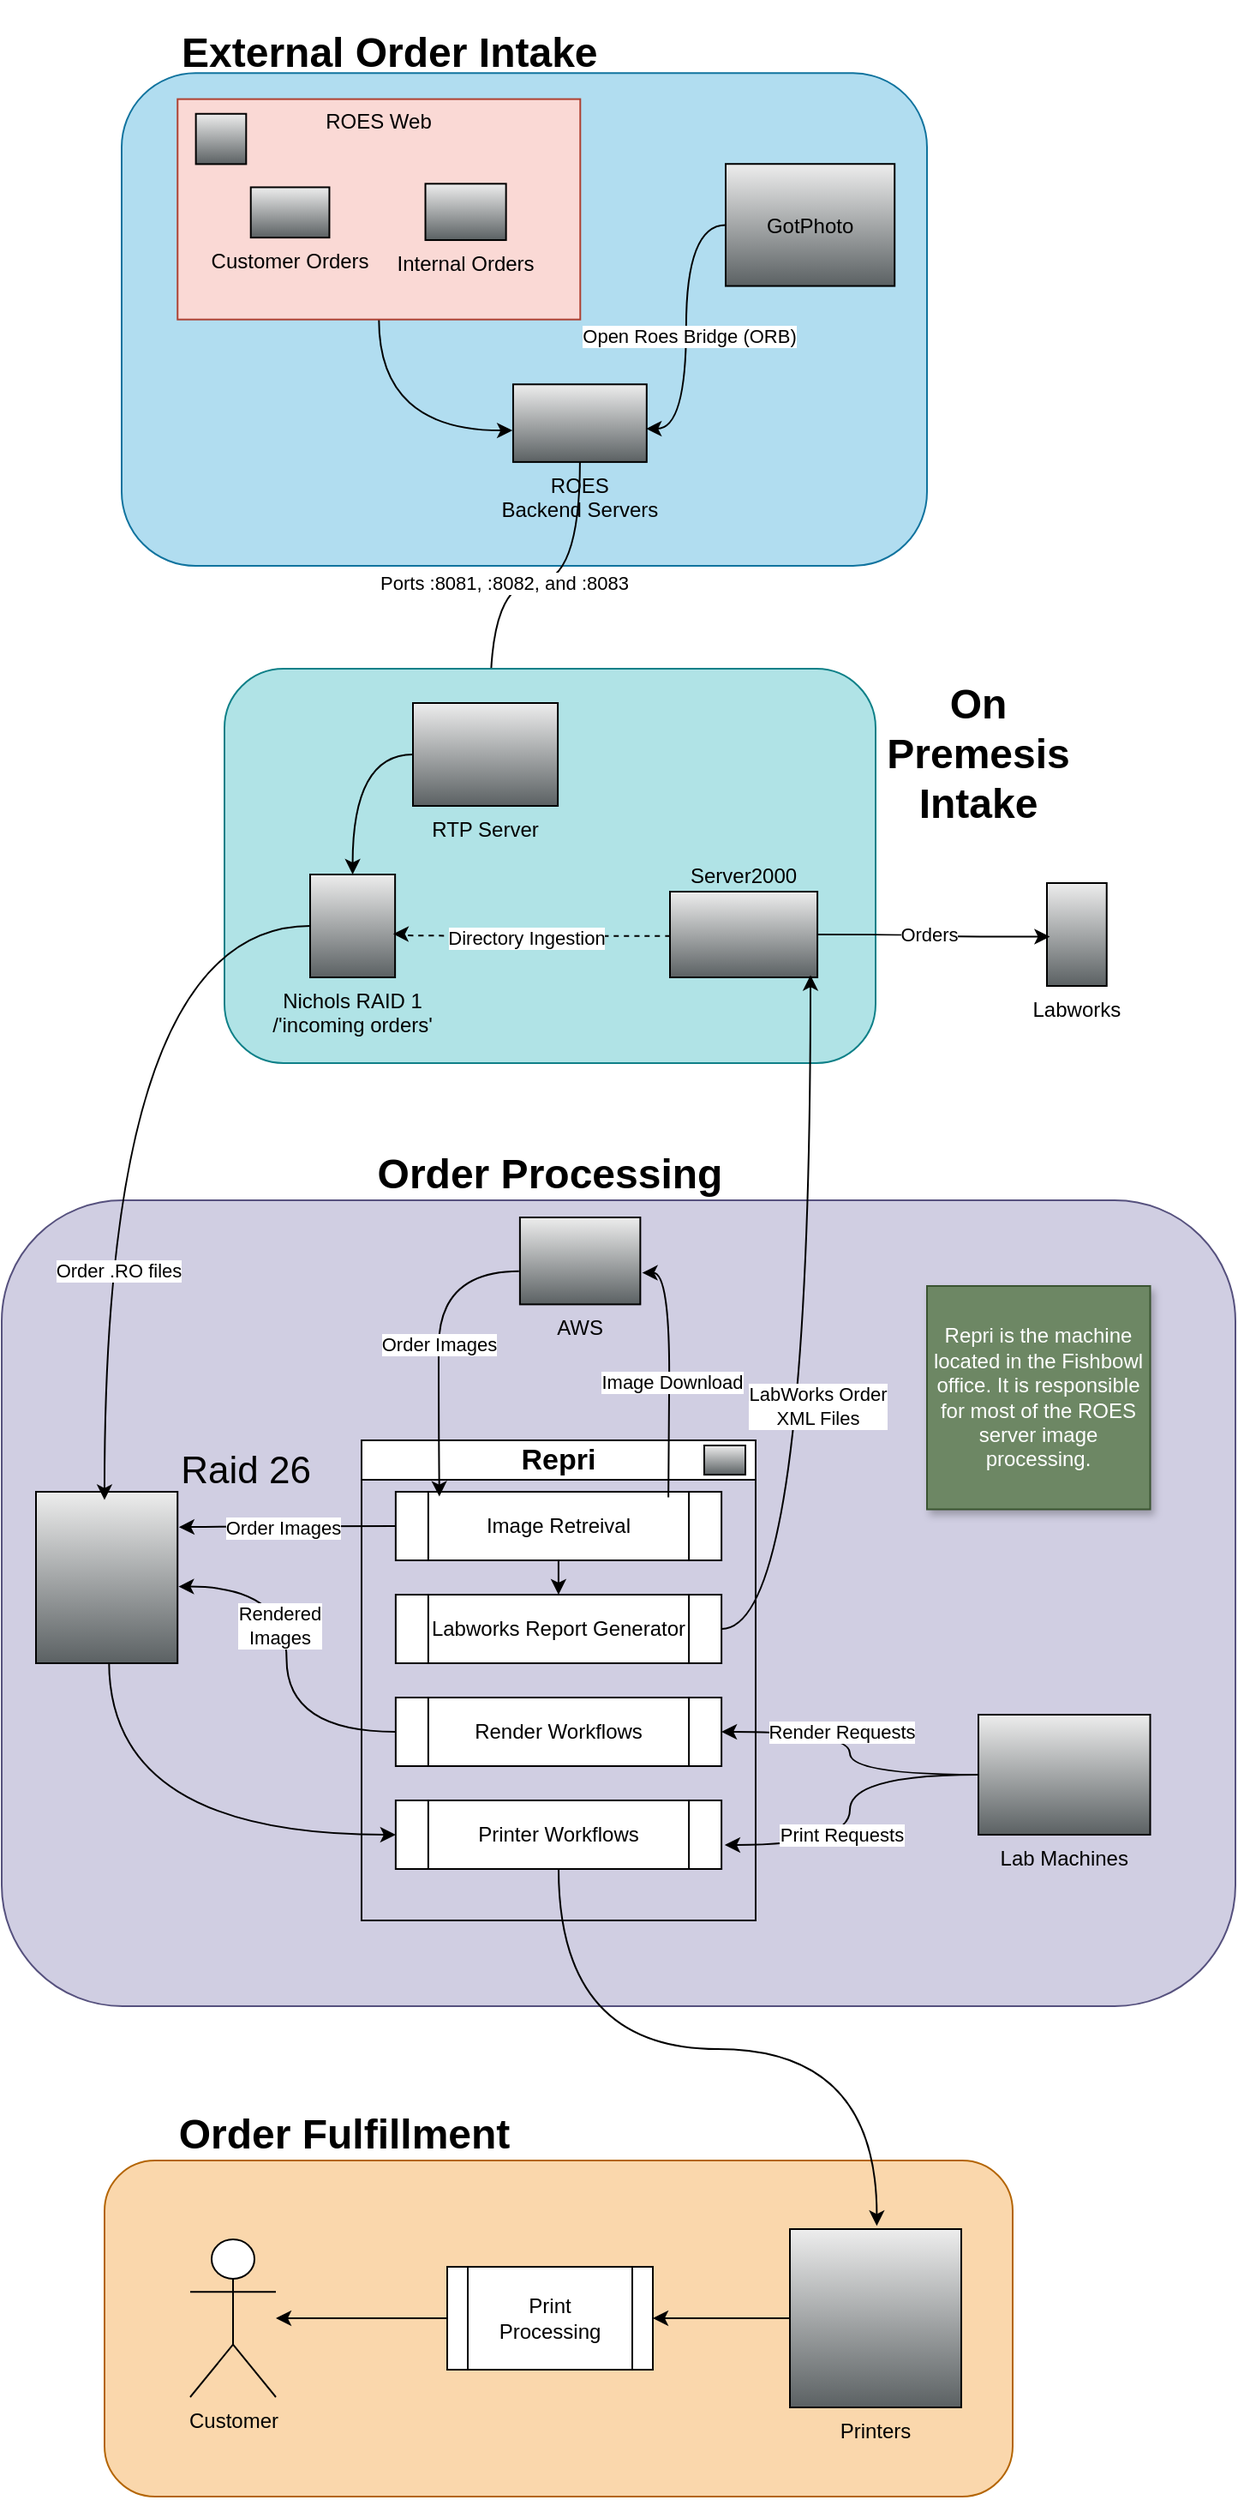
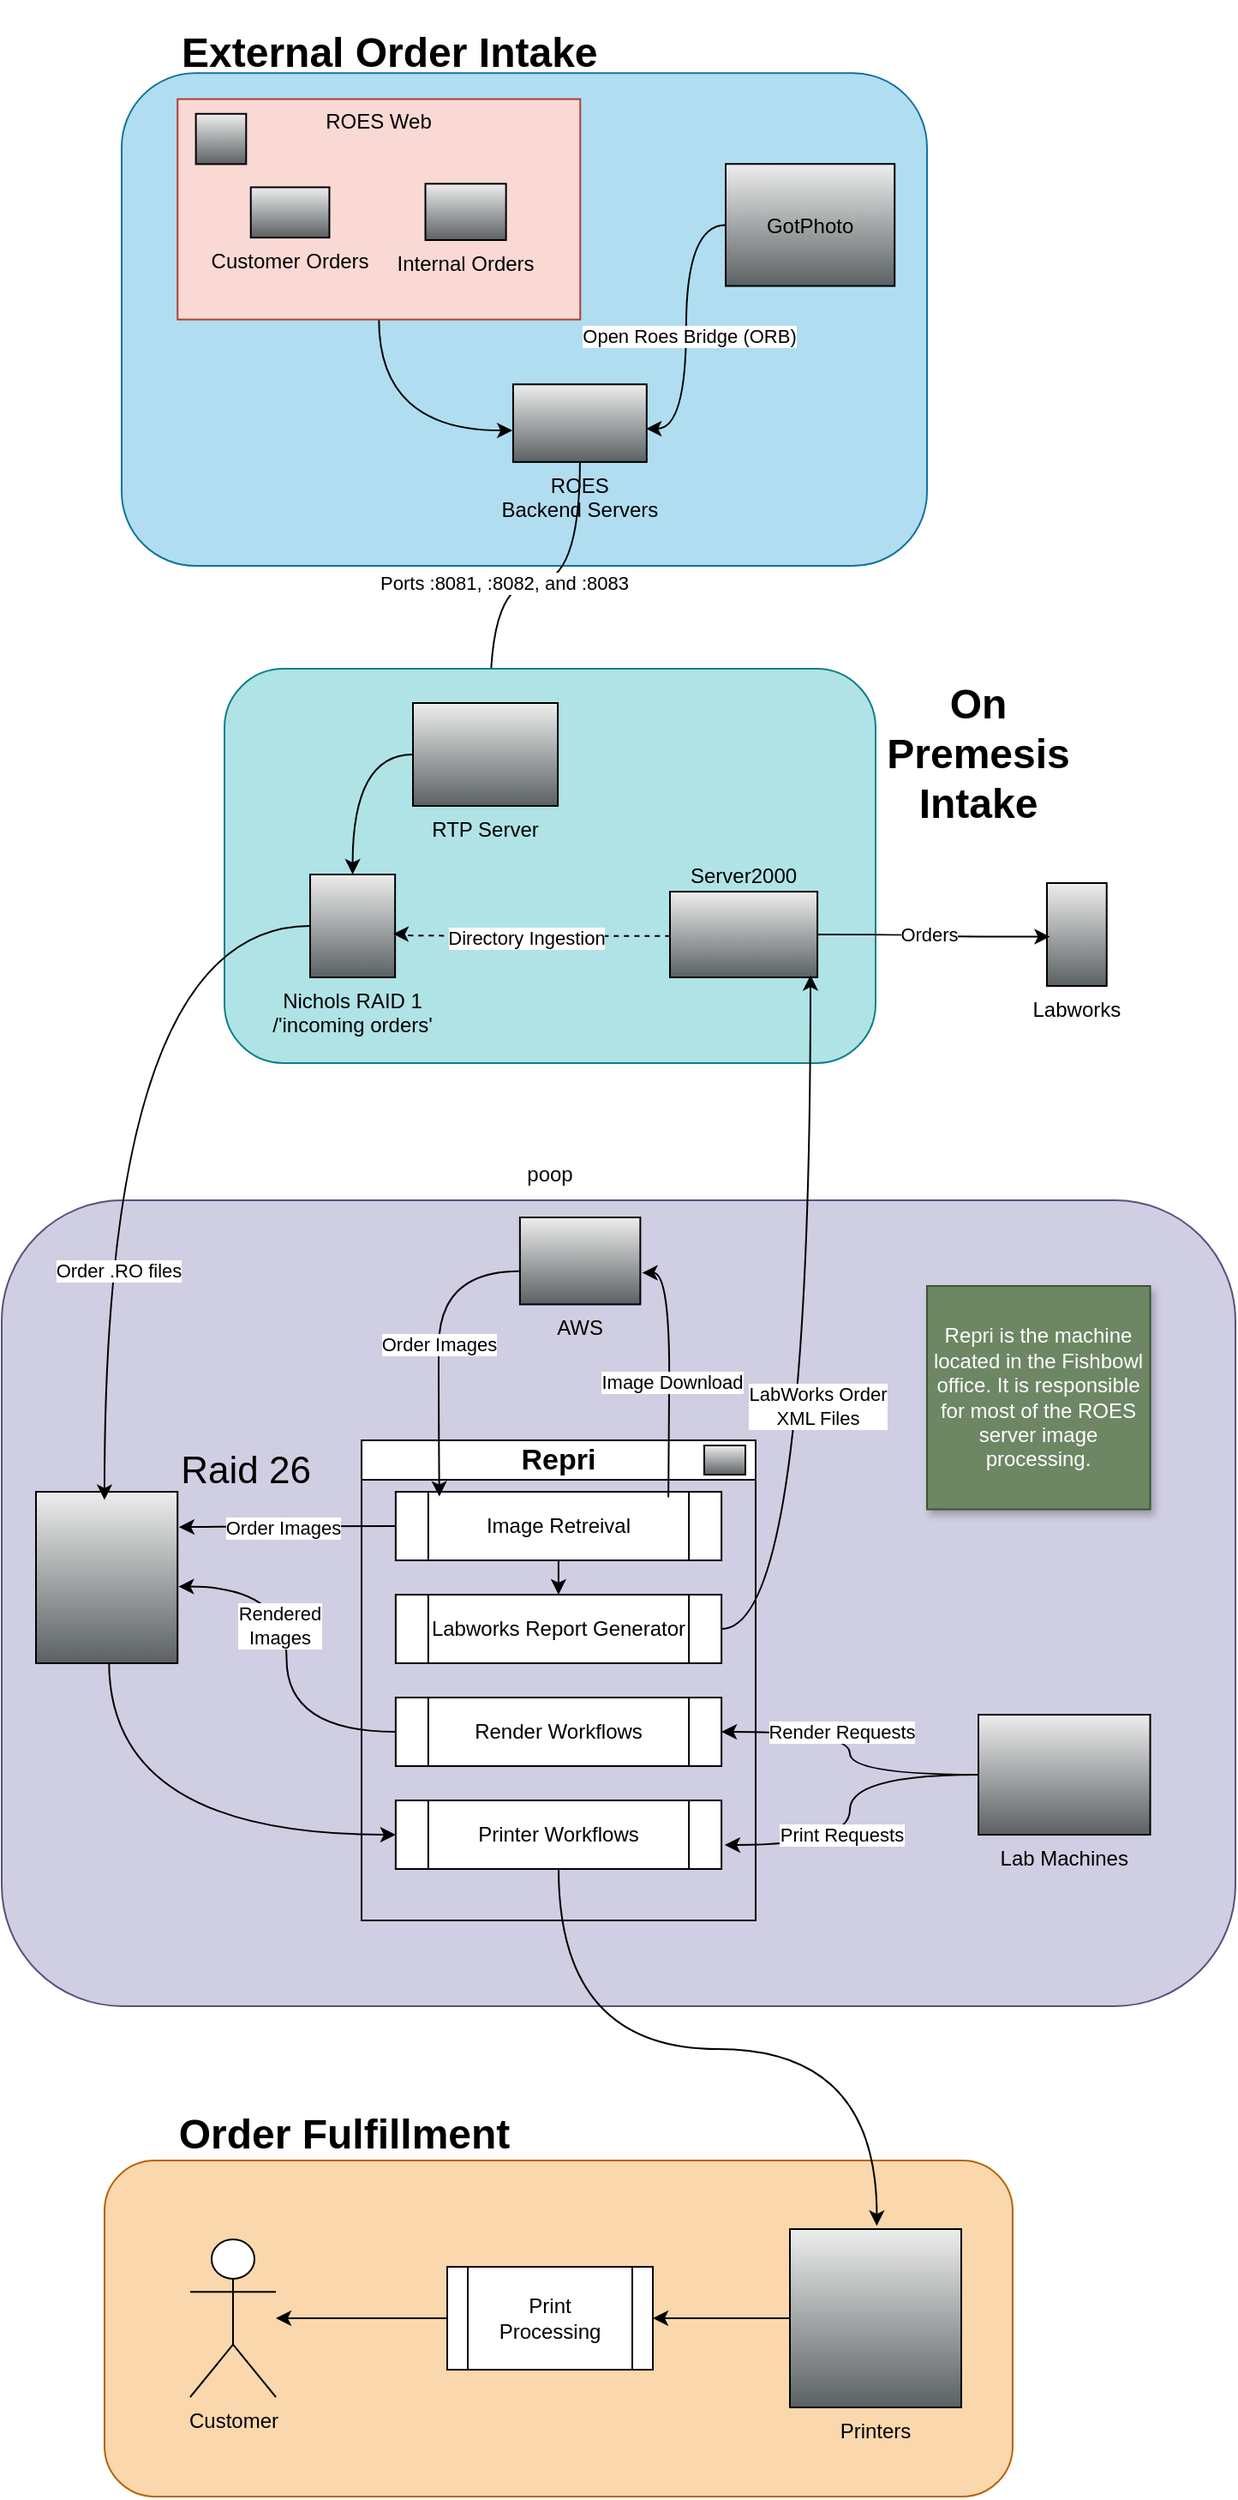
<mxfile host="app.diagrams.net">
  <diagram name="External Order Intake" id="xOiFyvTx0ugd0xP541Ys">
-     <mxGraphModel dx="1607" dy="938" grid="1" gridSize="10" guides="1" tooltips="1" connect="1" arrows="1" fold="1" page="1" pageScale="1" pageWidth="850" pageHeight="1100" math="0" shadow="0">
+     <mxGraphModel dx="2732" dy="1594" grid="1" gridSize="10" guides="1" tooltips="1" connect="1" arrows="1" fold="1" page="1" pageScale="1" pageWidth="850" pageHeight="1100" math="0" shadow="0">
      <root>
        <mxCell id="0" />
        <mxCell id="1" parent="0" />
        <mxCell id="Abbv7D0ucnFepgTgGXwM-46" connectable="0" parent="1" style="group" value="" vertex="1">
          <mxGeometry height="310" width="470" x="160" y="40" as="geometry" />
        </mxCell>
        <mxCell id="Abbv7D0ucnFepgTgGXwM-2" parent="Abbv7D0ucnFepgTgGXwM-46" style="rounded=1;whiteSpace=wrap;html=1;fillColor=#b1ddf0;strokeColor=#10739e;" value="" vertex="1">
          <mxGeometry height="287.3170731707317" width="470.00000000000006" y="22.682926829268293" as="geometry" />
        </mxCell>
        <mxCell id="uFVznFZ-sdEEhWdo_pJ7-23" parent="Abbv7D0ucnFepgTgGXwM-46" style="shape=mxgraph.networks2.icon;aspect=fixed;fillColor=#EDEDED;strokeColor=#000000;gradientColor=#5B6163;network2IconShadow=1;network2bgFillColor=none;labelPosition=center;verticalLabelPosition=middle;align=center;verticalAlign=middle;network2Icon=mxgraph.networks2.cloud;network2IconYOffset=-0.08;network2IconW=1.0004;network2IconH=0.7222;" value="GotPhoto" vertex="1">
          <mxGeometry height="71.18410700236036" width="98.6029307631786" x="352.5" y="75.60975609756099" as="geometry" />
        </mxCell>
        <mxCell id="uFVznFZ-sdEEhWdo_pJ7-26" parent="Abbv7D0ucnFepgTgGXwM-46" style="fillColorStyles=neutralFill;neutralFill=#9DA6A8;shape=mxgraph.networks2.icon;aspect=fixed;fillColor=#EDEDED;strokeColor=#000000;gradientColor=#5B6163;network2IconShadow=1;network2bgFillColor=none;labelPosition=center;verticalLabelPosition=bottom;align=center;verticalAlign=top;network2Icon=mxgraph.networks2.server;network2IconW=1.0001;network2IconH=0.5812;" value="ROES&#xa;Backend Servers" vertex="1">
          <mxGeometry height="45.29897718332022" width="77.94659716758459" x="228.46569444444447" y="204.14634146341464" as="geometry" />
        </mxCell>
        <mxCell id="uFVznFZ-sdEEhWdo_pJ7-27" edge="1" parent="Abbv7D0ucnFepgTgGXwM-46" source="uFVznFZ-sdEEhWdo_pJ7-12" style="edgeStyle=orthogonalEdgeStyle;curved=1;rounded=0;orthogonalLoop=1;jettySize=auto;html=1;exitX=0.5;exitY=1;exitDx=0;exitDy=0;entryX=-0.005;entryY=0.594;entryDx=0;entryDy=0;entryPerimeter=0;" target="uFVznFZ-sdEEhWdo_pJ7-26">
          <mxGeometry relative="1" as="geometry" />
        </mxCell>
        <mxCell id="uFVznFZ-sdEEhWdo_pJ7-28" edge="1" parent="Abbv7D0ucnFepgTgGXwM-46" source="uFVznFZ-sdEEhWdo_pJ7-23" style="edgeStyle=orthogonalEdgeStyle;curved=1;rounded=0;orthogonalLoop=1;jettySize=auto;html=1;entryX=0.996;entryY=0.571;entryDx=0;entryDy=0;entryPerimeter=0;" target="uFVznFZ-sdEEhWdo_pJ7-26">
          <mxGeometry relative="1" as="geometry" />
        </mxCell>
        <mxCell id="Abbv7D0ucnFepgTgGXwM-47" connectable="0" parent="uFVznFZ-sdEEhWdo_pJ7-28" style="edgeLabel;html=1;align=center;verticalAlign=middle;resizable=0;points=[];" value="Open Roes Bridge (ORB)" vertex="1">
          <mxGeometry relative="1" x="0.0605" y="1" as="geometry">
            <mxPoint as="offset" />
          </mxGeometry>
        </mxCell>
        <mxCell id="Abbv7D0ucnFepgTgGXwM-3" parent="Abbv7D0ucnFepgTgGXwM-46" style="text;html=1;whiteSpace=wrap;strokeColor=none;fillColor=none;align=left;verticalAlign=middle;rounded=0;" value="&lt;h1&gt;External Order Intake&lt;/h1&gt;" vertex="1">
          <mxGeometry height="22.68" width="407.36" x="32.64" as="geometry" />
        </mxCell>
        <mxCell id="Abbv7D0ucnFepgTgGXwM-45" connectable="0" parent="Abbv7D0ucnFepgTgGXwM-46" style="group;" value="" vertex="1">
          <mxGeometry height="128.53658536585368" width="235.00000000000003" x="32.63888888888889" y="37.804878048780495" as="geometry" />
        </mxCell>
        <mxCell id="uFVznFZ-sdEEhWdo_pJ7-12" parent="Abbv7D0ucnFepgTgGXwM-45" style="rounded=0;whiteSpace=wrap;html=1;fillColor=#fad9d5;strokeColor=#ae4132;" value="" vertex="1">
          <mxGeometry height="128.53658536585368" width="235.00000000000003" as="geometry" />
        </mxCell>
        <mxCell id="uFVznFZ-sdEEhWdo_pJ7-13" parent="Abbv7D0ucnFepgTgGXwM-45" style="shape=mxgraph.networks2.icon;aspect=fixed;fillColor=#EDEDED;strokeColor=#000000;gradientColor=#5B6163;network2IconShadow=1;network2bgFillColor=none;labelPosition=center;verticalLabelPosition=bottom;align=center;verticalAlign=top;network2Icon=mxgraph.networks2.globe;network2IconW=1;network2IconH=1;" value="" vertex="1">
          <mxGeometry height="29.33648046157881" width="29.33648046157881" x="10.681818181818182" y="8.56910569105691" as="geometry" />
        </mxCell>
        <mxCell id="uFVznFZ-sdEEhWdo_pJ7-14" parent="Abbv7D0ucnFepgTgGXwM-45" style="shape=mxgraph.networks2.icon;aspect=fixed;fillColor=#EDEDED;strokeColor=#000000;gradientColor=#5B6163;network2IconShadow=1;network2bgFillColor=none;labelPosition=center;verticalLabelPosition=bottom;align=center;verticalAlign=top;network2Icon=mxgraph.networks2.users;network2IconXOffset=0.0019;network2IconYOffset=-0.0004;network2IconW=1.0353;network2IconH=0.6623;" value="Customer Orders" vertex="1">
          <mxGeometry height="29.33648046157881" width="45.86025308156307" x="42.72727272727273" y="51.41463414634146" as="geometry" />
        </mxCell>
        <mxCell id="uFVznFZ-sdEEhWdo_pJ7-15" parent="Abbv7D0ucnFepgTgGXwM-45" style="shape=mxgraph.networks2.icon;aspect=fixed;fillColor=#EDEDED;strokeColor=#000000;gradientColor=#5B6163;network2IconShadow=1;network2bgFillColor=none;labelPosition=center;verticalLabelPosition=bottom;align=center;verticalAlign=top;network2Icon=mxgraph.networks2.lan;network2IconYOffset=0.0558;network2IconW=1.0834;network2IconH=0.7564;" value="Internal Orders" vertex="1">
          <mxGeometry height="32.85685811696826" width="47.0630487804878" x="144.61949300699303" y="49.35804878048783" as="geometry" />
        </mxCell>
        <mxCell id="uFVznFZ-sdEEhWdo_pJ7-25" parent="Abbv7D0ucnFepgTgGXwM-45" style="text;html=1;whiteSpace=wrap;strokeColor=none;fillColor=none;align=center;verticalAlign=middle;rounded=0;" value="ROES Web" vertex="1">
          <mxGeometry height="25.70731707317073" width="72.3076923076923" x="81.34615384615385" as="geometry" />
        </mxCell>
        <mxCell id="Abbv7D0ucnFepgTgGXwM-59" edge="1" parent="1" source="uFVznFZ-sdEEhWdo_pJ7-26" style="edgeStyle=orthogonalEdgeStyle;curved=1;rounded=0;orthogonalLoop=1;jettySize=auto;html=1;entryX=0.535;entryY=0.039;entryDx=0;entryDy=0;entryPerimeter=0;" target="Abbv7D0ucnFepgTgGXwM-48">
          <mxGeometry relative="1" as="geometry" />
        </mxCell>
        <mxCell id="Abbv7D0ucnFepgTgGXwM-60" connectable="0" parent="Abbv7D0ucnFepgTgGXwM-59" style="edgeLabel;html=1;align=center;verticalAlign=middle;resizable=0;points=[];" value="Ports :8081, :8082, and :8083" vertex="1">
          <mxGeometry relative="1" x="0.1735" as="geometry">
            <mxPoint as="offset" />
          </mxGeometry>
        </mxCell>
        <mxCell id="Abbv7D0ucnFepgTgGXwM-63" connectable="0" parent="1" style="group;labelPosition=center;verticalLabelPosition=bottom;align=center;verticalAlign=top;" value=" " vertex="1">
          <mxGeometry height="230" width="514.8699999999999" x="220" y="410" as="geometry" />
        </mxCell>
        <mxCell id="Abbv7D0ucnFepgTgGXwM-58" parent="Abbv7D0ucnFepgTgGXwM-63" style="rounded=1;whiteSpace=wrap;html=1;fillColor=#b0e3e6;strokeColor=#0e8088;" value=" " vertex="1">
          <mxGeometry height="230" width="380" as="geometry" />
        </mxCell>
        <mxCell id="Abbv7D0ucnFepgTgGXwM-61" edge="1" parent="Abbv7D0ucnFepgTgGXwM-63" source="Abbv7D0ucnFepgTgGXwM-48" style="edgeStyle=orthogonalEdgeStyle;curved=1;rounded=0;orthogonalLoop=1;jettySize=auto;html=1;" target="Abbv7D0ucnFepgTgGXwM-49">
          <mxGeometry relative="1" as="geometry" />
        </mxCell>
        <mxCell id="Abbv7D0ucnFepgTgGXwM-48" parent="Abbv7D0ucnFepgTgGXwM-63" style="shape=mxgraph.networks2.icon;aspect=fixed;fillColor=#EDEDED;strokeColor=#000000;gradientColor=#5B6163;network2IconShadow=1;network2bgFillColor=none;labelPosition=center;verticalLabelPosition=bottom;align=center;verticalAlign=top;network2Icon=mxgraph.networks2.pc;network2IconYOffset=-0.0593;network2IconW=0.9999;network2IconH=0.7096;" value="RTP Server" vertex="1">
          <mxGeometry height="60" width="84.55" x="110" y="20" as="geometry" />
        </mxCell>
        <mxCell id="Abbv7D0ucnFepgTgGXwM-49" parent="Abbv7D0ucnFepgTgGXwM-63" style="shape=mxgraph.networks2.icon;aspect=fixed;fillColor=#EDEDED;strokeColor=#000000;gradientColor=#5B6163;network2IconShadow=1;network2bgFillColor=none;labelPosition=center;verticalLabelPosition=bottom;align=center;verticalAlign=top;network2Icon=mxgraph.networks2.data_storage;network2IconW=0.8252;network2IconH=0.9989;" value="Nichols RAID 1&#xa;/&#39;incoming orders&#39;" vertex="1">
          <mxGeometry height="60" width="49.57" x="50" y="120" as="geometry" />
        </mxCell>
        <mxCell id="Abbv7D0ucnFepgTgGXwM-50" parent="Abbv7D0ucnFepgTgGXwM-63" style="fillColorStyles=neutralFill;neutralFill=#9DA6A8;shape=mxgraph.networks2.icon;aspect=fixed;fillColor=#EDEDED;strokeColor=#000000;gradientColor=#5B6163;network2IconShadow=1;network2bgFillColor=none;labelPosition=center;verticalLabelPosition=top;align=center;verticalAlign=bottom;network2Icon=mxgraph.networks2.server;network2IconW=1.0001;network2IconH=0.5812;" value="Server2000" vertex="1">
          <mxGeometry height="50" width="86.04" x="260" y="130" as="geometry" />
        </mxCell>
        <mxCell id="Abbv7D0ucnFepgTgGXwM-53" edge="1" parent="Abbv7D0ucnFepgTgGXwM-63" source="Abbv7D0ucnFepgTgGXwM-50" style="edgeStyle=orthogonalEdgeStyle;curved=1;rounded=0;orthogonalLoop=1;jettySize=auto;html=1;entryX=0.968;entryY=0.578;entryDx=0;entryDy=0;entryPerimeter=0;startArrow=none;startFill=0;dashed=1;exitX=0.003;exitY=0.518;exitDx=0;exitDy=0;exitPerimeter=0;" value=" ">
          <mxGeometry relative="1" as="geometry">
            <Array as="points">
              <mxPoint x="100" y="156" />
              <mxPoint x="100" y="155" />
            </Array>
            <mxPoint x="259.9998" y="157.5" as="sourcePoint" />
            <mxPoint x="98.41376000000008" y="154.68000000000006" as="targetPoint" />
          </mxGeometry>
        </mxCell>
        <mxCell id="Abbv7D0ucnFepgTgGXwM-57" connectable="0" parent="Abbv7D0ucnFepgTgGXwM-53" style="edgeLabel;html=1;align=center;verticalAlign=middle;resizable=0;points=[];" value="Directory Ingestion" vertex="1">
          <mxGeometry relative="1" x="0.0378" y="1" as="geometry">
            <mxPoint as="offset" />
          </mxGeometry>
        </mxCell>
        <mxCell id="Abbv7D0ucnFepgTgGXwM-62" parent="Abbv7D0ucnFepgTgGXwM-63" style="text;html=1;whiteSpace=wrap;strokeColor=none;fillColor=none;align=center;verticalAlign=middle;rounded=0;" value="&lt;h1&gt;On Premesis Intake&lt;/h1&gt;" vertex="1">
          <mxGeometry height="80" width="120" x="380" y="10" as="geometry" />
        </mxCell>
        <mxCell id="Abbv7D0ucnFepgTgGXwM-96" parent="Abbv7D0ucnFepgTgGXwM-63" style="shape=mxgraph.networks2.icon;aspect=fixed;fillColor=#EDEDED;strokeColor=#000000;gradientColor=#5B6163;network2IconShadow=1;network2bgFillColor=none;labelPosition=center;verticalLabelPosition=bottom;align=center;verticalAlign=top;network2Icon=mxgraph.networks2.application;network2IconXOffset=0.0048;network2IconYOffset=-0.0000;network2IconW=0.5927;network2IconH=1.02;" value="Labworks" vertex="1">
          <mxGeometry height="60" width="34.87" x="479.9999999999999" y="125" as="geometry" />
        </mxCell>
        <mxCell id="Abbv7D0ucnFepgTgGXwM-114" edge="1" parent="Abbv7D0ucnFepgTgGXwM-63" source="Abbv7D0ucnFepgTgGXwM-50" style="edgeStyle=orthogonalEdgeStyle;curved=1;rounded=0;orthogonalLoop=1;jettySize=auto;html=1;entryX=0.049;entryY=0.521;entryDx=0;entryDy=0;entryPerimeter=0;" target="Abbv7D0ucnFepgTgGXwM-96">
          <mxGeometry relative="1" as="geometry" />
        </mxCell>
        <mxCell id="Abbv7D0ucnFepgTgGXwM-115" connectable="0" parent="Abbv7D0ucnFepgTgGXwM-114" style="edgeLabel;html=1;align=center;verticalAlign=middle;resizable=0;points=[];" value="Orders" vertex="1">
          <mxGeometry relative="1" x="-0.2199" y="-7" as="geometry">
            <mxPoint x="11" y="-7" as="offset" />
          </mxGeometry>
        </mxCell>
        <mxCell id="Abbv7D0ucnFepgTgGXwM-144" connectable="0" parent="1" style="group" value="" vertex="1">
          <mxGeometry height="500" width="720" x="90" y="690" as="geometry" />
        </mxCell>
        <mxCell id="Abbv7D0ucnFepgTgGXwM-132" parent="Abbv7D0ucnFepgTgGXwM-144" style="rounded=1;whiteSpace=wrap;html=1;fillColor=#d0cee2;strokeColor=#56517e;" value=" " vertex="1">
          <mxGeometry height="470" width="720" y="30" as="geometry" />
        </mxCell>
        <mxCell id="Abbv7D0ucnFepgTgGXwM-123" edge="1" parent="Abbv7D0ucnFepgTgGXwM-144" source="Abbv7D0ucnFepgTgGXwM-55" style="edgeStyle=orthogonalEdgeStyle;curved=1;rounded=0;orthogonalLoop=1;jettySize=auto;html=1;entryX=0;entryY=0.5;entryDx=0;entryDy=0;exitX=0.516;exitY=0.991;exitDx=0;exitDy=0;exitPerimeter=0;" target="Abbv7D0ucnFepgTgGXwM-87">
          <mxGeometry relative="1" as="geometry" />
        </mxCell>
        <mxCell id="Abbv7D0ucnFepgTgGXwM-124" connectable="0" parent="Abbv7D0ucnFepgTgGXwM-123" style="edgeLabel;html=1;align=center;verticalAlign=middle;resizable=0;points=[];" value=" " vertex="1">
          <mxGeometry relative="1" x="-0.5108" y="29" as="geometry">
            <mxPoint as="offset" />
          </mxGeometry>
        </mxCell>
        <mxCell id="Abbv7D0ucnFepgTgGXwM-55" parent="Abbv7D0ucnFepgTgGXwM-144" style="shape=mxgraph.networks2.icon;aspect=fixed;fillColor=#EDEDED;strokeColor=#000000;gradientColor=#5B6163;network2IconShadow=1;network2bgFillColor=none;labelPosition=right;verticalLabelPosition=top;align=left;verticalAlign=bottom;network2Icon=mxgraph.networks2.data_storage;network2IconW=0.8252;network2IconH=0.9989;fontSize=22;" value="Raid 26" vertex="1">
          <mxGeometry height="100" width="82.61" x="20" y="200" as="geometry" />
        </mxCell>
        <mxCell id="Abbv7D0ucnFepgTgGXwM-125" edge="1" parent="Abbv7D0ucnFepgTgGXwM-144" source="Abbv7D0ucnFepgTgGXwM-65" style="edgeStyle=orthogonalEdgeStyle;curved=1;rounded=0;orthogonalLoop=1;jettySize=auto;html=1;entryX=1;entryY=0.5;entryDx=0;entryDy=0;" target="Abbv7D0ucnFepgTgGXwM-70">
          <mxGeometry relative="1" as="geometry" />
        </mxCell>
        <mxCell id="Abbv7D0ucnFepgTgGXwM-127" connectable="0" parent="Abbv7D0ucnFepgTgGXwM-125" style="edgeLabel;html=1;align=center;verticalAlign=middle;resizable=0;points=[];" value="Render Requests" vertex="1">
          <mxGeometry relative="1" x="0.4996" y="2" as="geometry">
            <mxPoint x="26" y="-2" as="offset" />
          </mxGeometry>
        </mxCell>
        <mxCell id="Abbv7D0ucnFepgTgGXwM-65" parent="Abbv7D0ucnFepgTgGXwM-144" style="shape=mxgraph.networks2.icon;aspect=fixed;fillColor=#EDEDED;strokeColor=#000000;gradientColor=#5B6163;network2IconShadow=1;network2bgFillColor=none;labelPosition=center;verticalLabelPosition=bottom;align=center;verticalAlign=top;network2Icon=mxgraph.networks2.lan;network2IconYOffset=0.0558;network2IconW=1.0834;network2IconH=0.7564;" value="Lab Machines" vertex="1">
          <mxGeometry height="70" width="100.26" x="570" y="330" as="geometry" />
        </mxCell>
        <mxCell id="Abbv7D0ucnFepgTgGXwM-67" parent="Abbv7D0ucnFepgTgGXwM-144" style="shape=mxgraph.networks2.icon;aspect=fixed;fillColor=#EDEDED;strokeColor=#000000;gradientColor=#5B6163;network2IconShadow=1;network2bgFillColor=none;labelPosition=center;verticalLabelPosition=bottom;align=center;verticalAlign=top;network2Icon=mxgraph.networks2.cloud;network2IconYOffset=-0.08;network2IconW=1.0004;network2IconH=0.7222;" value="AWS" vertex="1">
          <mxGeometry height="50.71" width="70.24" x="302.44" y="40" as="geometry" />
        </mxCell>
        <mxCell id="Abbv7D0ucnFepgTgGXwM-68" parent="Abbv7D0ucnFepgTgGXwM-144" style="swimlane;whiteSpace=wrap;html=1;align=center;fontSize=17;" value="&lt;div align=&quot;center&quot;&gt;Repri&lt;/div&gt;" vertex="1">
          <mxGeometry height="280" width="230" x="210" y="170" as="geometry">
            <mxRectangle height="30" width="140" x="105.12" y="1050" as="alternateBounds" />
          </mxGeometry>
        </mxCell>
        <mxCell id="Abbv7D0ucnFepgTgGXwM-66" parent="Abbv7D0ucnFepgTgGXwM-68" style="shape=mxgraph.networks2.icon;aspect=fixed;fillColor=#EDEDED;strokeColor=#000000;gradientColor=#5B6163;network2IconShadow=1;network2bgFillColor=none;labelPosition=center;verticalLabelPosition=bottom;align=center;verticalAlign=top;network2Icon=mxgraph.networks2.pc;network2IconYOffset=-0.0593;network2IconW=0.9999;network2IconH=0.7096;" value=" " vertex="1">
          <mxGeometry height="17.03" width="24" x="200" y="3" as="geometry" />
        </mxCell>
        <mxCell id="Abbv7D0ucnFepgTgGXwM-79" edge="1" parent="Abbv7D0ucnFepgTgGXwM-68" source="Abbv7D0ucnFepgTgGXwM-69" style="edgeStyle=orthogonalEdgeStyle;curved=1;rounded=0;orthogonalLoop=1;jettySize=auto;html=1;entryX=0.5;entryY=0;entryDx=0;entryDy=0;" target="Abbv7D0ucnFepgTgGXwM-78">
          <mxGeometry relative="1" as="geometry" />
        </mxCell>
        <mxCell id="Abbv7D0ucnFepgTgGXwM-69" parent="Abbv7D0ucnFepgTgGXwM-68" style="shape=process;whiteSpace=wrap;html=1;backgroundOutline=1;" value="Image Retreival" vertex="1">
          <mxGeometry height="40" width="190.12" x="19.94" y="30" as="geometry" />
        </mxCell>
        <mxCell id="Abbv7D0ucnFepgTgGXwM-70" parent="Abbv7D0ucnFepgTgGXwM-68" style="shape=process;whiteSpace=wrap;html=1;backgroundOutline=1;" value="Render Workflows" vertex="1">
          <mxGeometry height="40" width="190.12" x="19.939999999999998" y="150" as="geometry" />
        </mxCell>
        <mxCell id="Abbv7D0ucnFepgTgGXwM-78" parent="Abbv7D0ucnFepgTgGXwM-68" style="shape=process;whiteSpace=wrap;html=1;backgroundOutline=1;" value="Labworks Report Generator" vertex="1">
          <mxGeometry height="40" width="190.12" x="19.939999999999998" y="90" as="geometry" />
        </mxCell>
        <mxCell id="Abbv7D0ucnFepgTgGXwM-87" parent="Abbv7D0ucnFepgTgGXwM-68" style="shape=process;whiteSpace=wrap;html=1;backgroundOutline=1;" value="Printer Workflows" vertex="1">
          <mxGeometry height="40" width="190.12" x="19.939999999999998" y="210" as="geometry" />
        </mxCell>
        <mxCell id="Abbv7D0ucnFepgTgGXwM-71" edge="1" parent="Abbv7D0ucnFepgTgGXwM-144" source="Abbv7D0ucnFepgTgGXwM-69" style="edgeStyle=orthogonalEdgeStyle;curved=1;rounded=0;orthogonalLoop=1;jettySize=auto;html=1;entryX=1.016;entryY=0.637;entryDx=0;entryDy=0;entryPerimeter=0;exitX=0.837;exitY=0.082;exitDx=0;exitDy=0;exitPerimeter=0;" target="Abbv7D0ucnFepgTgGXwM-67">
          <mxGeometry relative="1" as="geometry">
            <Array as="points">
              <mxPoint x="389" y="200" />
              <mxPoint x="390" y="200" />
              <mxPoint x="390" y="72" />
            </Array>
            <mxPoint x="400" y="198" as="sourcePoint" />
          </mxGeometry>
        </mxCell>
        <mxCell id="Abbv7D0ucnFepgTgGXwM-72" connectable="0" parent="Abbv7D0ucnFepgTgGXwM-71" style="edgeLabel;html=1;align=center;verticalAlign=middle;resizable=0;points=[];" value="Image Download" vertex="1">
          <mxGeometry relative="1" x="-0.0797" y="-1" as="geometry">
            <mxPoint as="offset" />
          </mxGeometry>
        </mxCell>
        <mxCell id="Abbv7D0ucnFepgTgGXwM-73" edge="1" parent="Abbv7D0ucnFepgTgGXwM-144" source="Abbv7D0ucnFepgTgGXwM-67" style="edgeStyle=orthogonalEdgeStyle;curved=1;rounded=0;orthogonalLoop=1;jettySize=auto;html=1;entryX=0.134;entryY=0.07;entryDx=0;entryDy=0;entryPerimeter=0;exitX=-0.008;exitY=0.619;exitDx=0;exitDy=0;exitPerimeter=0;" target="Abbv7D0ucnFepgTgGXwM-69">
          <mxGeometry relative="1" as="geometry">
            <Array as="points">
              <mxPoint x="255" y="71" />
              <mxPoint x="255" y="160" />
            </Array>
          </mxGeometry>
        </mxCell>
        <mxCell id="Abbv7D0ucnFepgTgGXwM-74" connectable="0" parent="Abbv7D0ucnFepgTgGXwM-73" style="edgeLabel;html=1;align=center;verticalAlign=middle;resizable=0;points=[];" value="Order Images" vertex="1">
          <mxGeometry relative="1" x="0.0052" as="geometry">
            <mxPoint as="offset" />
          </mxGeometry>
        </mxCell>
        <mxCell id="Abbv7D0ucnFepgTgGXwM-118" edge="1" parent="Abbv7D0ucnFepgTgGXwM-144" source="Abbv7D0ucnFepgTgGXwM-69" style="edgeStyle=orthogonalEdgeStyle;curved=1;rounded=0;orthogonalLoop=1;jettySize=auto;html=1;entryX=1.01;entryY=0.206;entryDx=0;entryDy=0;entryPerimeter=0;" target="Abbv7D0ucnFepgTgGXwM-55">
          <mxGeometry relative="1" as="geometry" />
        </mxCell>
        <mxCell id="Abbv7D0ucnFepgTgGXwM-120" connectable="0" parent="Abbv7D0ucnFepgTgGXwM-118" style="edgeLabel;html=1;align=center;verticalAlign=middle;resizable=0;points=[];" value="Order Images" vertex="1">
          <mxGeometry relative="1" x="0.0556" as="geometry">
            <mxPoint as="offset" />
          </mxGeometry>
        </mxCell>
        <mxCell id="Abbv7D0ucnFepgTgGXwM-121" edge="1" parent="Abbv7D0ucnFepgTgGXwM-144" source="Abbv7D0ucnFepgTgGXwM-70" style="edgeStyle=orthogonalEdgeStyle;curved=1;rounded=0;orthogonalLoop=1;jettySize=auto;html=1;entryX=1.007;entryY=0.553;entryDx=0;entryDy=0;entryPerimeter=0;" target="Abbv7D0ucnFepgTgGXwM-55">
          <mxGeometry relative="1" as="geometry" />
        </mxCell>
        <mxCell id="Abbv7D0ucnFepgTgGXwM-122" connectable="0" parent="Abbv7D0ucnFepgTgGXwM-121" style="edgeLabel;html=1;align=center;verticalAlign=middle;resizable=0;points=[];" value="Rendered&lt;br&gt;Images" vertex="1">
          <mxGeometry relative="1" x="0.1933" y="5" as="geometry">
            <mxPoint as="offset" />
          </mxGeometry>
        </mxCell>
        <mxCell id="Abbv7D0ucnFepgTgGXwM-126" edge="1" parent="Abbv7D0ucnFepgTgGXwM-144" source="Abbv7D0ucnFepgTgGXwM-65" style="edgeStyle=orthogonalEdgeStyle;curved=1;rounded=0;orthogonalLoop=1;jettySize=auto;html=1;entryX=1.01;entryY=0.65;entryDx=0;entryDy=0;entryPerimeter=0;" target="Abbv7D0ucnFepgTgGXwM-87">
          <mxGeometry relative="1" as="geometry" />
        </mxCell>
        <mxCell id="Abbv7D0ucnFepgTgGXwM-128" connectable="0" parent="Abbv7D0ucnFepgTgGXwM-126" style="edgeLabel;html=1;align=center;verticalAlign=middle;resizable=0;points=[];" value="Print Requests" vertex="1">
          <mxGeometry relative="1" x="0.4408" y="-6" as="geometry">
            <mxPoint x="15" as="offset" />
          </mxGeometry>
        </mxCell>
-         <mxCell id="Abbv7D0ucnFepgTgGXwM-143" parent="Abbv7D0ucnFepgTgGXwM-144" style="text;html=1;whiteSpace=wrap;strokeColor=none;fillColor=none;align=center;verticalAlign=middle;rounded=0;" value="&lt;h1&gt;Order Processing&lt;/h1&gt;" vertex="1">
+         <mxCell id="Abbv7D0ucnFepgTgGXwM-143" parent="Abbv7D0ucnFepgTgGXwM-144" style="text;html=1;whiteSpace=wrap;strokeColor=none;fillColor=none;align=center;verticalAlign=middle;rounded=0;" value="poop" vertex="1">
          <mxGeometry height="30" width="320" x="160" as="geometry" />
        </mxCell>
        <mxCell id="aD-okcZOxhMRasSAFMCW-1" parent="Abbv7D0ucnFepgTgGXwM-144" style="whiteSpace=wrap;html=1;aspect=fixed;fillColor=#6d8764;fontColor=#ffffff;strokeColor=#3A5431;rounded=0;glass=0;shadow=1;" value="Repri is the machine located in the Fishbowl office. It is responsible for most of the ROES server image processing." vertex="1">
          <mxGeometry height="130.26" width="130.26" x="540" y="80" as="geometry" />
        </mxCell>
        <mxCell id="Abbv7D0ucnFepgTgGXwM-133" edge="1" parent="1" source="Abbv7D0ucnFepgTgGXwM-78" style="edgeStyle=orthogonalEdgeStyle;curved=1;rounded=0;orthogonalLoop=1;jettySize=auto;html=1;entryX=0.953;entryY=0.974;entryDx=0;entryDy=0;entryPerimeter=0;exitX=1;exitY=0.5;exitDx=0;exitDy=0;" target="Abbv7D0ucnFepgTgGXwM-50">
          <mxGeometry relative="1" as="geometry">
            <Array as="points">
              <mxPoint x="562" y="970" />
            </Array>
          </mxGeometry>
        </mxCell>
        <mxCell id="Abbv7D0ucnFepgTgGXwM-134" connectable="0" parent="Abbv7D0ucnFepgTgGXwM-133" style="edgeLabel;html=1;align=center;verticalAlign=middle;resizable=0;points=[];" value="&lt;div&gt;LabWorks Order&lt;/div&gt;&lt;div&gt;XML Files&lt;/div&gt;" vertex="1">
          <mxGeometry relative="1" x="0.2484" y="-1" as="geometry">
            <mxPoint x="3" y="88" as="offset" />
          </mxGeometry>
        </mxCell>
        <mxCell id="Abbv7D0ucnFepgTgGXwM-116" edge="1" parent="1" source="Abbv7D0ucnFepgTgGXwM-49" style="edgeStyle=orthogonalEdgeStyle;curved=1;rounded=0;orthogonalLoop=1;jettySize=auto;html=1;entryX=0.484;entryY=0.048;entryDx=0;entryDy=0;entryPerimeter=0;" target="Abbv7D0ucnFepgTgGXwM-55">
          <mxGeometry relative="1" as="geometry" />
        </mxCell>
        <mxCell id="Abbv7D0ucnFepgTgGXwM-117" connectable="0" parent="Abbv7D0ucnFepgTgGXwM-116" style="edgeLabel;html=1;align=center;verticalAlign=middle;resizable=0;points=[];" value="Order .RO files" vertex="1">
          <mxGeometry relative="1" x="0.4085" y="8" as="geometry">
            <mxPoint as="offset" />
          </mxGeometry>
        </mxCell>
        <mxCell id="Abbv7D0ucnFepgTgGXwM-147" connectable="0" parent="1" style="group" value=" " vertex="1">
          <mxGeometry height="226" width="530" x="150" y="1250" as="geometry" />
        </mxCell>
        <mxCell id="Abbv7D0ucnFepgTgGXwM-142" parent="Abbv7D0ucnFepgTgGXwM-147" style="rounded=1;whiteSpace=wrap;html=1;fillColor=#fad7ac;strokeColor=#b46504;" value="" vertex="1">
          <mxGeometry height="196" width="530" y="30" as="geometry" />
        </mxCell>
        <mxCell id="Abbv7D0ucnFepgTgGXwM-139" edge="1" parent="Abbv7D0ucnFepgTgGXwM-147" source="Abbv7D0ucnFepgTgGXwM-135" style="edgeStyle=orthogonalEdgeStyle;curved=1;rounded=0;orthogonalLoop=1;jettySize=auto;html=1;entryX=1;entryY=0.5;entryDx=0;entryDy=0;" target="Abbv7D0ucnFepgTgGXwM-137">
          <mxGeometry relative="1" as="geometry" />
        </mxCell>
        <mxCell id="Abbv7D0ucnFepgTgGXwM-135" parent="Abbv7D0ucnFepgTgGXwM-147" style="fillColorStyles=neutralFill;neutralFill=#9DA6A8;shape=mxgraph.networks2.icon;aspect=fixed;fillColor=#EDEDED;strokeColor=#000000;gradientColor=#5B6163;network2IconShadow=1;network2bgFillColor=none;labelPosition=center;verticalLabelPosition=bottom;align=center;verticalAlign=top;network2Icon=mxgraph.networks2.printer;network2IconW=1;network2IconH=1.04;" value="Printers" vertex="1">
          <mxGeometry height="104" width="100" x="400" y="70" as="geometry" />
        </mxCell>
        <mxCell id="Abbv7D0ucnFepgTgGXwM-140" edge="1" parent="Abbv7D0ucnFepgTgGXwM-147" source="Abbv7D0ucnFepgTgGXwM-137" style="edgeStyle=orthogonalEdgeStyle;curved=1;rounded=0;orthogonalLoop=1;jettySize=auto;html=1;" target="Abbv7D0ucnFepgTgGXwM-138">
          <mxGeometry relative="1" as="geometry" />
        </mxCell>
        <mxCell id="Abbv7D0ucnFepgTgGXwM-137" parent="Abbv7D0ucnFepgTgGXwM-147" style="shape=process;whiteSpace=wrap;html=1;backgroundOutline=1;" value="&lt;div&gt;Print&lt;/div&gt;&lt;div&gt;Processing&lt;/div&gt;" vertex="1">
          <mxGeometry height="60" width="120" x="200" y="92" as="geometry" />
        </mxCell>
        <mxCell id="Abbv7D0ucnFepgTgGXwM-138" parent="Abbv7D0ucnFepgTgGXwM-147" style="shape=umlActor;verticalLabelPosition=bottom;verticalAlign=top;html=1;outlineConnect=0;" value="Customer" vertex="1">
          <mxGeometry height="92" width="50" x="50" y="76" as="geometry" />
        </mxCell>
        <mxCell id="Abbv7D0ucnFepgTgGXwM-146" parent="Abbv7D0ucnFepgTgGXwM-147" style="text;html=1;whiteSpace=wrap;strokeColor=none;fillColor=none;align=center;verticalAlign=middle;rounded=0;" value="&lt;h1&gt;Order Fulfillment&lt;/h1&gt;" vertex="1">
          <mxGeometry height="30" width="220" x="30" as="geometry" />
        </mxCell>
        <mxCell id="Abbv7D0ucnFepgTgGXwM-136" edge="1" parent="1" source="Abbv7D0ucnFepgTgGXwM-87" style="edgeStyle=orthogonalEdgeStyle;curved=1;rounded=0;orthogonalLoop=1;jettySize=auto;html=1;entryX=0.507;entryY=-0.018;entryDx=0;entryDy=0;entryPerimeter=0;exitX=0.5;exitY=1;exitDx=0;exitDy=0;" target="Abbv7D0ucnFepgTgGXwM-135">
          <mxGeometry relative="1" as="geometry" />
        </mxCell>
      </root>
    </mxGraphModel>
  </diagram>
</mxfile>
